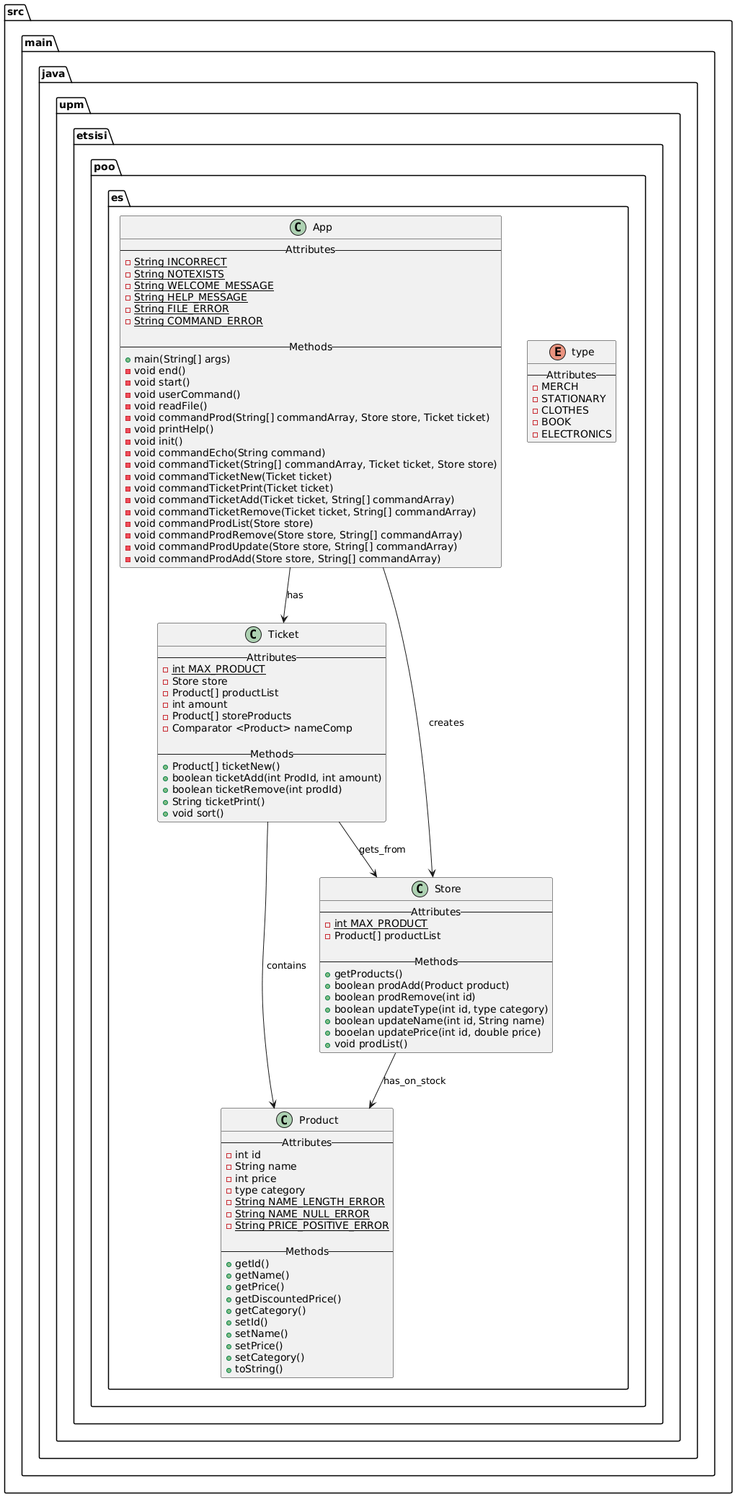
Before: Uml.png, a diagram exported from PlantUML (MiguelA021/Proyecto-Poo).
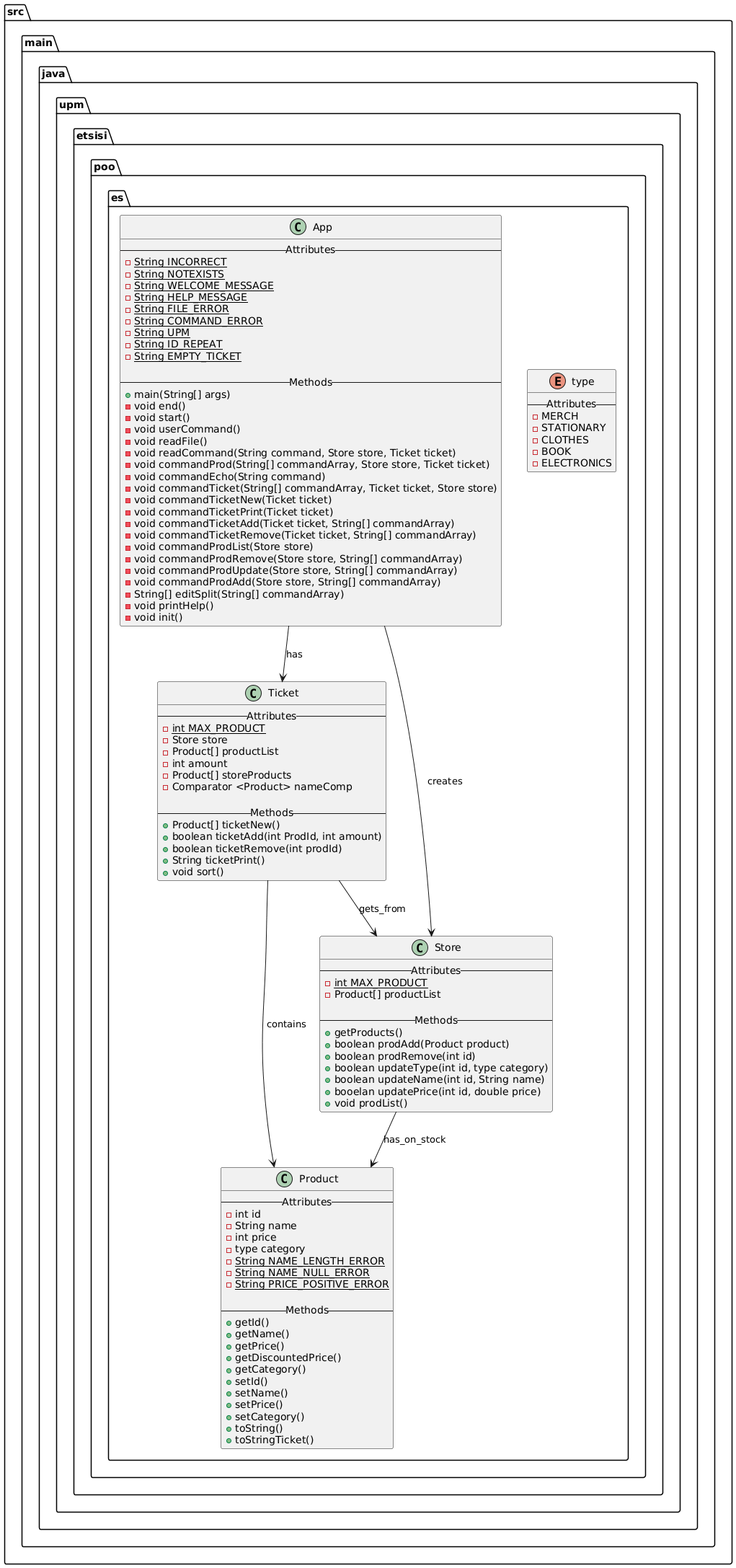
Above is the later version.

Diff of the diagram source:
```diff
@@ -8,6 +8,9 @@
  -{static} String HELP_MESSAGE
  -{static} String FILE_ERROR
  -{static} String COMMAND_ERROR
+ -{static} String UPM
+ -{static} String ID_REPEAT
+ -{static} String EMPTY_TICKET
 
 --  Methods --
  +main(String[] args)
@@ -15,9 +18,8 @@
  -void start()
  -void userCommand()
  -void readFile()
+ -void readCommand(String command, Store store, Ticket ticket)
  -void commandProd(String[] commandArray, Store store, Ticket ticket)
- -void printHelp()
- -void init()
  -void commandEcho(String command)
  -void commandTicket(String[] commandArray, Ticket ticket, Store store)
  -void commandTicketNew(Ticket ticket)
@@ -28,6 +30,9 @@
  -void commandProdRemove(Store store, String[] commandArray)
  -void commandProdUpdate(Store store, String[] commandArray)
  -void commandProdAdd(Store store, String[] commandArray)
+ -String[] editSplit(String[] commandArray)
+ -void printHelp()
+ -void init()
 }
 
 class Ticket{
@@ -68,6 +73,7 @@
  +setPrice()
  +setCategory()
  +toString()
+ +toStringTicket()
 }
 
 class Store{
```
